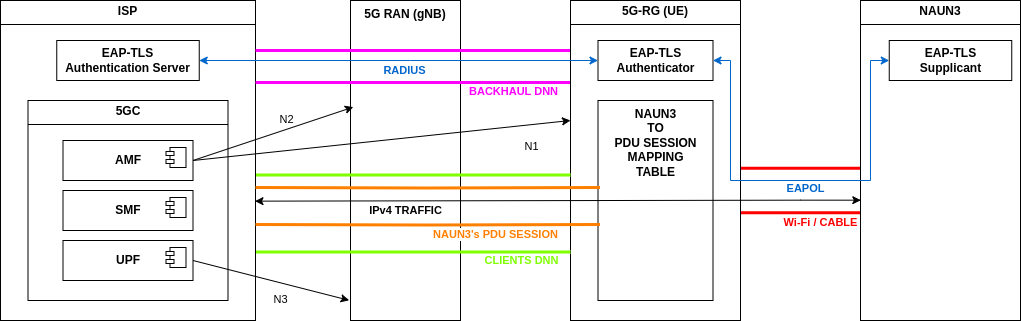
Above: docs/5G Emulated Network/general-topology.png in davidjosearaujo/dissertation (draw.io), before the change. Source tidied: cells renumbered, new cells last; positions are measured from the earlier drawing's top-left corner, leaving out a move shared by most shapes.
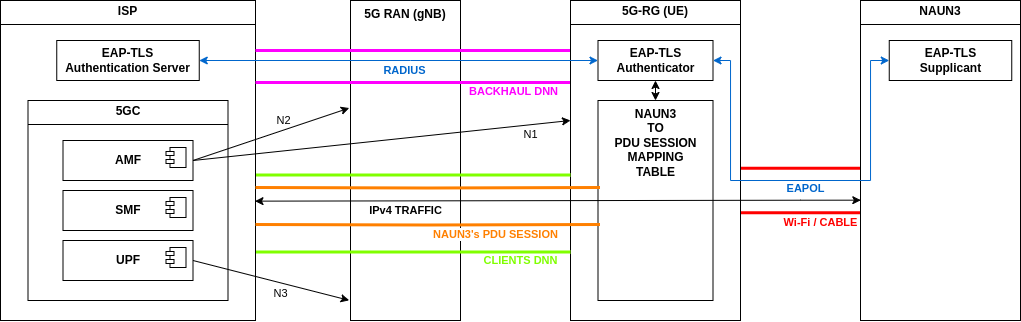
After the commit.

What changed in the source:
```diff
@@ -37,6 +37,9 @@
         <mxPoint y="9" as="offset" />
       </mxGeometry>
     </mxCell>
+    <mxCell id="37" style="edgeStyle=orthogonalEdgeStyle;rounded=0;jettySize=auto;html=1;exitX=0.5;exitY=1;exitDx=0;exitDy=0;entryX=0.5;entryY=0;entryDx=0;entryDy=0;startArrow=classic;startFill=1;" parent="1" edge="1" source="9" target="30">
+      <mxGeometry relative="1" as="geometry" />
+    </mxCell>
     <mxCell id="9" value="&lt;b&gt;EAP-TLS&lt;br&gt;Authenticator&lt;/b&gt;" style="html=1;whiteSpace=wrap;" parent="1" vertex="1">
       <mxGeometry x="597.5" y="40" width="115" height="40" as="geometry" />
     </mxCell>
@@ -81,15 +84,15 @@
     </mxCell>
     <mxCell id="21" value="N3" style="edgeLabel;html=1;align=center;verticalAlign=middle;" parent="20" vertex="1">
       <mxGeometry x="0.25" relative="1" as="geometry">
-        <mxPoint x="-11" y="14" as="offset" />
+        <mxPoint x="-11" y="8" as="offset" />
       </mxGeometry>
     </mxCell>
-    <mxCell id="22" style="rounded=0;jettySize=auto;html=1;exitX=1;exitY=0.5;exitDx=0;exitDy=0;entryX=0.026;entryY=0.333;entryDx=0;entryDy=0;entryPerimeter=0;" parent="1" edge="1" source="14" target="2">
+    <mxCell id="22" style="rounded=0;jettySize=auto;html=1;exitX=1;exitY=0.5;exitDx=0;exitDy=0;entryX=-0.011;entryY=0.336;entryDx=0;entryDy=0;entryPerimeter=0;" parent="1" edge="1" source="14" target="2">
       <mxGeometry relative="1" as="geometry" />
     </mxCell>
     <mxCell id="23" value="N2" style="edgeLabel;html=1;align=center;verticalAlign=middle;" parent="22" vertex="1">
       <mxGeometry x="0.3" relative="1" as="geometry">
-        <mxPoint x="-11" y="-7" as="offset" />
+        <mxPoint x="-11" y="-6" as="offset" />
       </mxGeometry>
     </mxCell>
     <mxCell id="24" style="rounded=0;jettySize=auto;html=1;exitX=1;exitY=0.5;exitDx=0;exitDy=0;entryX=0;entryY=0.375;entryDx=0;entryDy=0;entryPerimeter=0;" parent="1" edge="1" source="14" target="5">
@@ -97,7 +100,7 @@
     </mxCell>
     <mxCell id="25" value="N1" style="edgeLabel;html=1;align=center;verticalAlign=middle;" parent="24" vertex="1">
       <mxGeometry x="0.1" relative="1" as="geometry">
-        <mxPoint x="129" y="8" as="offset" />
+        <mxPoint x="129" y="-4" as="offset" />
       </mxGeometry>
     </mxCell>
     <mxCell id="26" style="edgeStyle=orthogonalEdgeStyle;shape=link;rounded=0;orthogonalLoop=1;jettySize=auto;html=1;exitX=0.995;exitY=0.624;exitDx=0;exitDy=0;entryX=-0.01;entryY=0.624;entryDx=0;entryDy=0;entryPerimeter=0;width=30;labelBackgroundColor=#E6E6E6;labelBorderColor=none;textShadow=0;strokeColor=#FF00FF;strokeWidth=3;exitPerimeter=0;" parent="1" edge="1">
```
